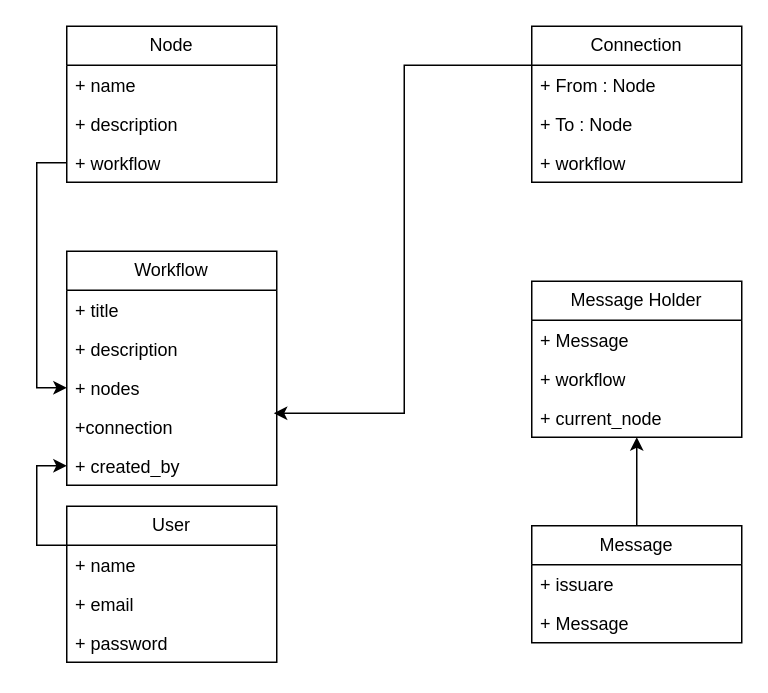
The draw.io diagram diagrams/Classes.drawio in hasanforaty/FlexFlowAPI, before the edit. Source tidied: cells renumbered, new cells numbered last; positions are measured from the earlier drawing's top-left corner, leaving out a move shared by most shapes. Both pictures are drawn from the tidied source at 150%, with x=0, y=0 at pixel (66, 26).
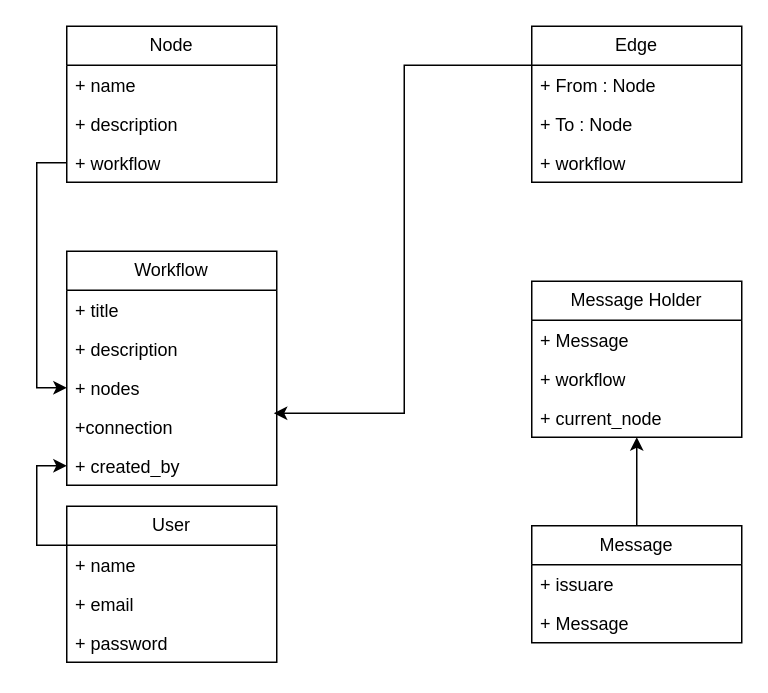
After the change.

The edit, as a diff of the source:
```diff
@@
-    <mxCell id="6" value="Connection" style="swimlane;fontStyle=0;horizontal=1;startSize=26;fillColor=none;whiteSpace=wrap;html=1;" parent="1" vertex="1">
+    <mxCell id="6" value="Edge" style="swimlane;fontStyle=0;horizontal=1;startSize=26;fillColor=none;whiteSpace=wrap;html=1;" parent="1" vertex="1">
       <mxGeometry x="310" width="140" height="104" as="geometry" />
     </mxCell>
```
